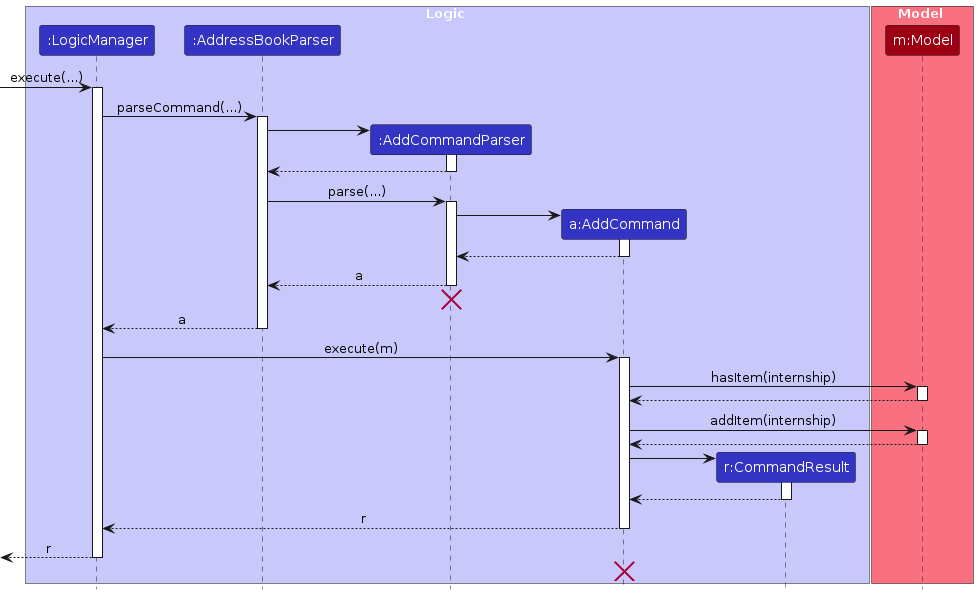
Earlier version of the PlantUML export diagrams/AddSequenceDiagram.png (woke02/tp). Its source is kept beside it as diagrams/AddSequenceDiagram.puml.
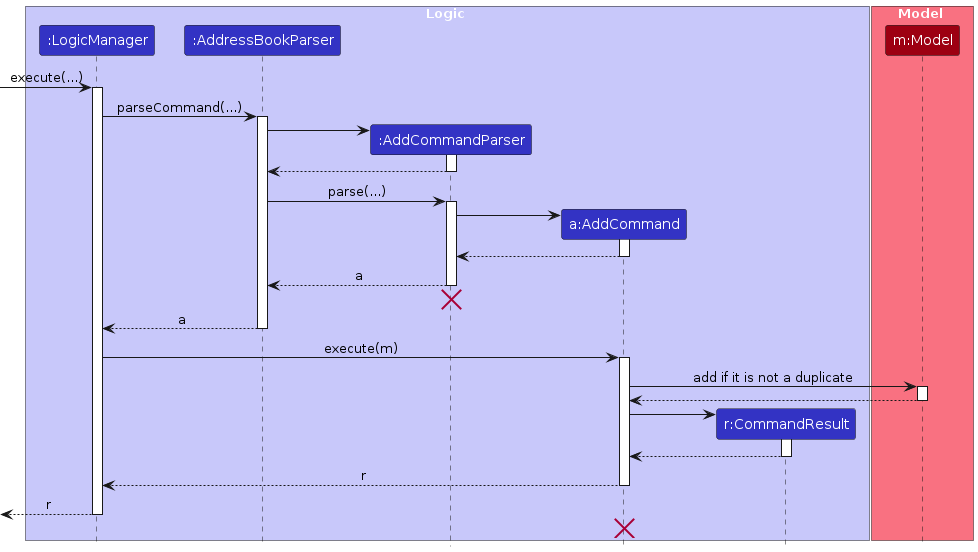
After the commit.

The edit, as a diff of the source:
```diff
@@ -49,13 +49,7 @@
 LogicManager -> AddCommand : execute(m)
 activate AddCommand
 
-AddCommand -> Model : hasItem(internship)
-activate Model
-
-Model --> AddCommand
-deactivate Model
-
-AddCommand -> Model : addItem(internship)
+AddCommand -> Model : add if it is not a duplicate
 activate Model
 
 Model --> AddCommand
```
